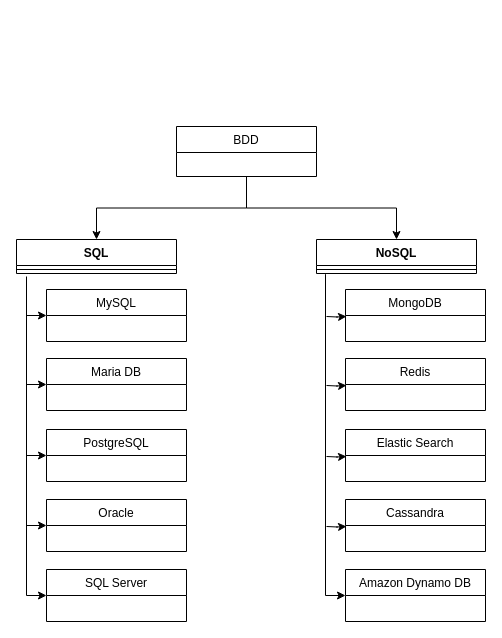
Before: Exercice5.drawio in Maryline-Bellanger/Exercice-fondamentaux-web, a draw.io diagram. Source tidied: cells renumbered, new cells numbered last; positions are measured from the earlier drawing's top-left corner, leaving out a move shared by most shapes. Both pictures are drawn from the tidied source at 100%, with x=0, y=0 at pixel (16, 126).
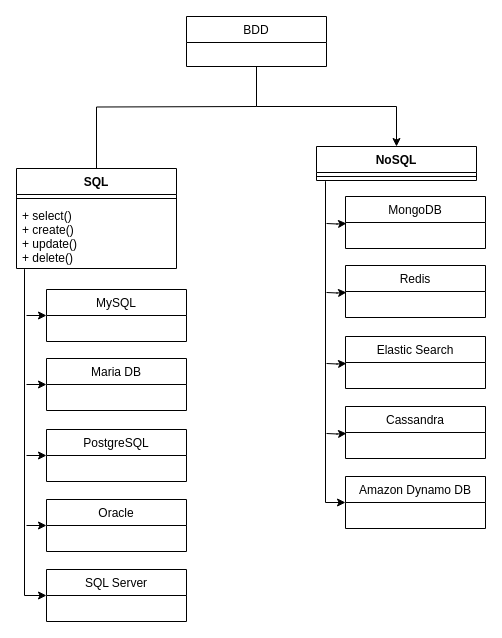
The same diagram, later.

Unchanged cells that the change refers to:
```xml
<mxCell id="13" value="SQL Server" style="swimlane;fontStyle=0;horizontal=1;startSize=26;fillColor=none;" parent="1" vertex="1">
  <mxGeometry x="30" y="443" width="140" height="52" as="geometry" />
</mxCell>
```

Change to the diagram source:
```diff
@@
-    <mxCell id="2" style="edgeStyle=orthogonalEdgeStyle;rounded=0;jettySize=auto;html=1;entryX=0.5;entryY=0;entryDx=0;entryDy=0;" parent="1" edge="1" source="4" target="5">
-      <mxGeometry relative="1" as="geometry" />
-    </mxCell>
@@
     <mxCell id="4" value="BDD" style="swimlane;fontStyle=0;horizontal=1;startSize=26;fillColor=none;" parent="1" vertex="1">
-      <mxGeometry x="160" width="140" height="50" as="geometry" />
+      <mxGeometry x="170" y="-110" width="140" height="50" as="geometry" />
     </mxCell>
-    <mxCell id="5" value="SQL" style="swimlane;fontStyle=1;align=center;verticalAlign=top;horizontal=1;startSize=26;" parent="1" vertex="1">
-      <mxGeometry y="113" width="160" height="34" as="geometry" />
-    </mxCell>
-    <mxCell id="6" style="line;strokeWidth=1;fillColor=none;align=left;verticalAlign=middle;spacingTop=-1;spacingLeft=3;spacingRight=3;labelPosition=right;" parent="5" vertex="1">
-      <mxGeometry y="26" width="160" height="8" as="geometry" />
-    </mxCell>
     <mxCell id="7" value="NoSQL" style="swimlane;fontStyle=1;align=center;verticalAlign=top;horizontal=1;startSize=26;" parent="1" vertex="1">
-      <mxGeometry x="300" y="113" width="160" height="34" as="geometry" />
+      <mxGeometry x="300" y="20" width="160" height="34" as="geometry" />
     </mxCell>
@@
     <mxCell id="18" value="MongoDB" style="swimlane;fontStyle=0;horizontal=1;startSize=26;fillColor=none;" parent="1" vertex="1">
-      <mxGeometry x="329" y="163" width="140" height="52" as="geometry" />
+      <mxGeometry x="329" y="70" width="140" height="52" as="geometry" />
     </mxCell>
     <mxCell id="19" value="Redis" style="swimlane;fontStyle=0;horizontal=1;startSize=26;fillColor=none;" parent="1" vertex="1">
-      <mxGeometry x="329" y="232" width="140" height="52" as="geometry" />
+      <mxGeometry x="329" y="139" width="140" height="52" as="geometry" />
     </mxCell>
     <mxCell id="20" value="Elastic Search" style="swimlane;fontStyle=0;horizontal=1;startSize=26;fillColor=none;" parent="1" vertex="1">
-      <mxGeometry x="329" y="303" width="140" height="52" as="geometry" />
+      <mxGeometry x="329" y="210" width="140" height="52" as="geometry" />
     </mxCell>
     <mxCell id="21" value="Cassandra" style="swimlane;fontStyle=0;horizontal=1;startSize=26;fillColor=none;" parent="1" vertex="1">
-      <mxGeometry x="329" y="373" width="140" height="52" as="geometry" />
+      <mxGeometry x="329" y="280" width="140" height="52" as="geometry" />
     </mxCell>
     <mxCell id="22" value="Amazon Dynamo DB" style="swimlane;fontStyle=0;horizontal=1;startSize=26;fillColor=none;" parent="1" vertex="1">
-      <mxGeometry x="329" y="443" width="140" height="52" as="geometry" />
+      <mxGeometry x="329" y="350" width="140" height="52" as="geometry" />
     </mxCell>
     <mxCell id="23" style="endArrow=classic;html=1;rounded=0;entryX=0;entryY=0.5;entryDx=0;entryDy=0;edgeStyle=orthogonalEdgeStyle;" parent="1" edge="1">
       <mxGeometry relative="1" as="geometry">
-        <mxPoint x="310" y="190" as="sourcePoint" />
-        <mxPoint x="330" y="190" as="targetPoint" />
+        <mxPoint x="310" y="97" as="sourcePoint" />
+        <mxPoint x="330" y="97" as="targetPoint" />
       </mxGeometry>
     </mxCell>
     <mxCell id="24" style="endArrow=classic;html=1;rounded=0;entryX=0;entryY=0.5;entryDx=0;entryDy=0;edgeStyle=orthogonalEdgeStyle;" parent="1" edge="1">
       <mxGeometry relative="1" as="geometry">
-        <mxPoint x="310" y="259" as="sourcePoint" />
-        <mxPoint x="330" y="259" as="targetPoint" />
+        <mxPoint x="310" y="166" as="sourcePoint" />
+        <mxPoint x="330" y="166" as="targetPoint" />
       </mxGeometry>
     </mxCell>
     <mxCell id="25" style="endArrow=classic;html=1;rounded=0;entryX=0;entryY=0.5;entryDx=0;entryDy=0;edgeStyle=orthogonalEdgeStyle;" parent="1" edge="1">
       <mxGeometry relative="1" as="geometry">
-        <mxPoint x="310" y="330" as="sourcePoint" />
-        <mxPoint x="330" y="330" as="targetPoint" />
+        <mxPoint x="310" y="237" as="sourcePoint" />
+        <mxPoint x="330" y="237" as="targetPoint" />
       </mxGeometry>
     </mxCell>
     <mxCell id="26" style="endArrow=classic;html=1;rounded=0;entryX=0;entryY=0.5;entryDx=0;entryDy=0;edgeStyle=orthogonalEdgeStyle;" parent="1" edge="1">
       <mxGeometry relative="1" as="geometry">
-        <mxPoint x="310" y="400" as="sourcePoint" />
-        <mxPoint x="330" y="400" as="targetPoint" />
+        <mxPoint x="310" y="307" as="sourcePoint" />
+        <mxPoint x="330" y="307" as="targetPoint" />
       </mxGeometry>
     </mxCell>
     <mxCell id="27" style="endArrow=classic;html=1;rounded=0;exitX=0.056;exitY=1.064;exitDx=0;exitDy=0;exitPerimeter=0;entryX=0;entryY=0.5;entryDx=0;entryDy=0;edgeStyle=orthogonalEdgeStyle;" parent="1" edge="1" target="22">
       <mxGeometry relative="1" as="geometry">
-        <mxPoint x="309" y="147.7" as="sourcePoint" />
+        <mxPoint x="309" y="54.7" as="sourcePoint" />
         <Array as="points">
-          <mxPoint x="309" y="469" />
+          <mxPoint x="309" y="376" />
         </Array>
       </mxGeometry>
     </mxCell>
-    <mxCell id="28" style="endArrow=classic;html=1;rounded=0;edgeStyle=orthogonalEdgeStyle;entryX=0;entryY=0.5;entryDx=0;entryDy=0;" parent="1" edge="1" target="13">
-      <mxGeometry relative="1" as="geometry">
-        <mxPoint x="10" y="150" as="sourcePoint" />
-        <Array as="points">
-          <mxPoint x="10" y="469" />
-        </Array>
-      </mxGeometry>
-    </mxCell>
+    <mxCell id="5" value="SQL" style="swimlane;fontStyle=1;align=center;verticalAlign=top;horizontal=1;startSize=26;" parent="1" vertex="1">
+      <mxGeometry y="42" width="160" height="100" as="geometry" />
+    </mxCell>
+    <mxCell id="6" style="line;strokeWidth=1;fillColor=none;align=left;verticalAlign=middle;spacingTop=-1;spacingLeft=3;spacingRight=3;labelPosition=right;" parent="5" vertex="1">
+      <mxGeometry y="26" width="160" height="8" as="geometry" />
+    </mxCell>
+    <mxCell id="29" value="+ select()&#10;+ create()&#10;+ update()&#10;+ delete()" style="text;strokeColor=none;fillColor=none;align=left;verticalAlign=top;spacingLeft=4;spacingRight=4;overflow=hidden;points=[[0,0.5],[1,0.5]];portConstraint=eastwest;" parent="5" vertex="1">
+      <mxGeometry y="34" width="160" height="66" as="geometry" />
+    </mxCell>
+    <mxCell id="30" style="edgeStyle=orthogonalEdgeStyle;rounded=0;jettySize=auto;html=1;endArrow=none;entryX=0.5;entryY=0;entryDx=0;entryDy=0;" parent="1" edge="1" target="5">
+      <mxGeometry relative="1" as="geometry">
+        <mxPoint x="240" y="-20" as="sourcePoint" />
+      </mxGeometry>
+    </mxCell>
+    <mxCell id="31" style="endArrow=classic;html=1;rounded=0;exitX=0.05;exitY=1.01;exitDx=0;exitDy=0;exitPerimeter=0;edgeStyle=orthogonalEdgeStyle;entryX=0;entryY=0.5;entryDx=0;entryDy=0;" parent="1" edge="1" source="29" target="13">
+      <mxGeometry relative="1" as="geometry" />
+    </mxCell>
```
